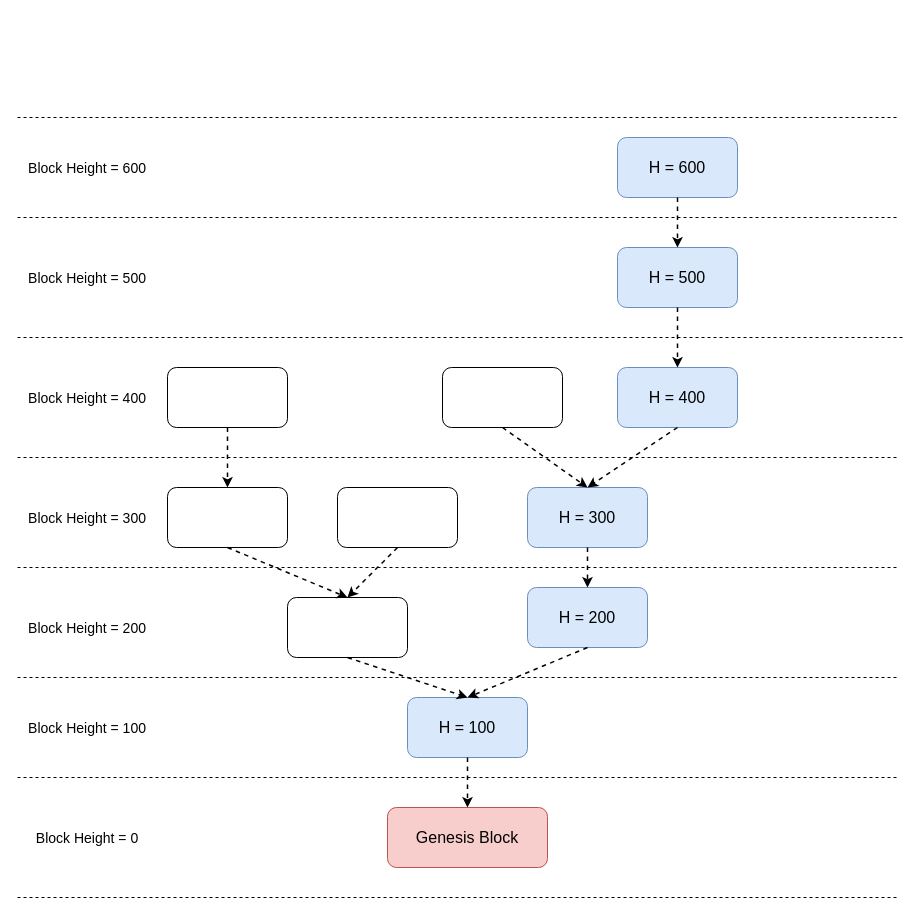
Earlier version of the draw.io diagram ethereum-research/consensus/Casper/new Checkpoint tree.drawio (0xyicheng/a-research-diagram). Source tidied: cells renumbered, new cells numbered last; positions are measured from the earlier drawing's top-left corner, leaving out a move shared by most shapes. Both pictures are drawn from the tidied source at 100%, with x=0, y=0 at pixel (17, 117).
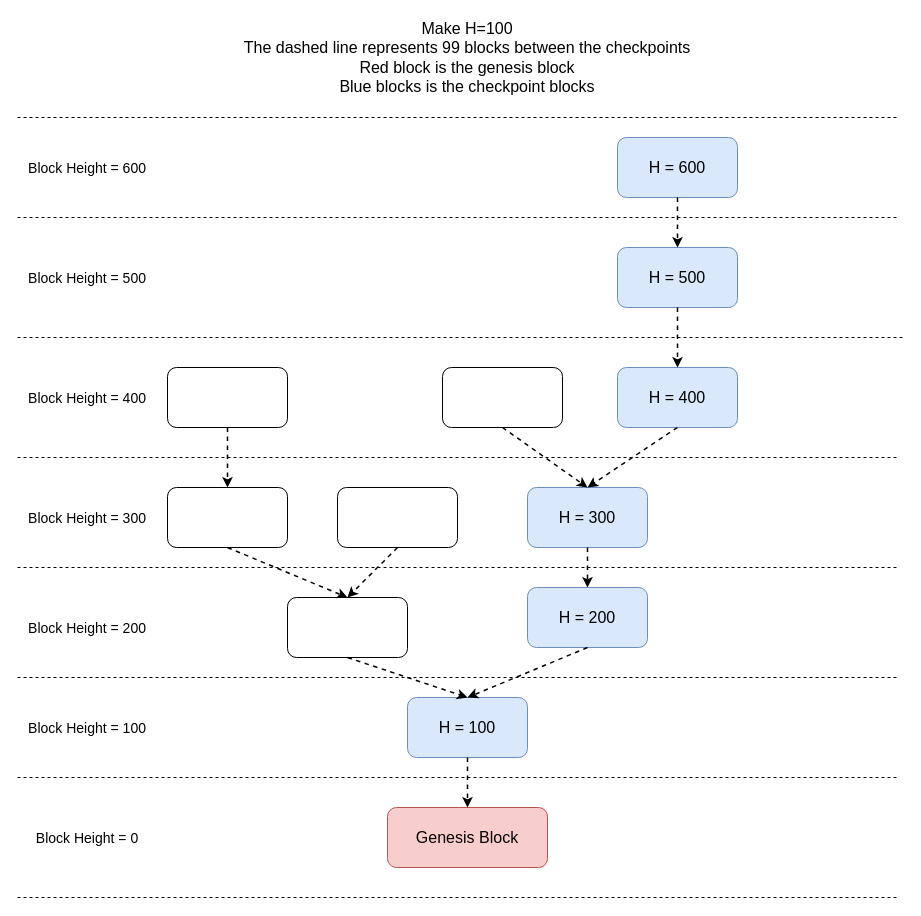
After the change.

Change to the diagram source:
```diff
@@
+    <mxCell id="40" value="&lt;span style=&quot;user-select: auto;&quot;&gt;&lt;span style=&quot;font-size: 16px; user-select: auto;&quot;&gt;Make H=100&lt;/span&gt;&lt;br style=&quot;user-select: auto;&quot;&gt;&lt;span style=&quot;font-size: 16px; user-select: auto;&quot;&gt;The dashed line represents 99 blocks between the checkpoints&lt;/span&gt;&lt;br style=&quot;user-select: auto;&quot;&gt;&lt;div style=&quot;user-select: auto;&quot;&gt;&lt;span style=&quot;font-size: 16px; user-select: auto;&quot;&gt;Red block is the genesis block&lt;/span&gt;&lt;/div&gt;&lt;div style=&quot;user-select: auto;&quot;&gt;&lt;span style=&quot;font-size: 16px; user-select: auto;&quot;&gt;Blue blocks is the checkpoint blocks&lt;/span&gt;&lt;/div&gt;&lt;/span&gt;" style="text;html=1;strokeColor=none;fillColor=none;align=center;verticalAlign=middle;whiteSpace=wrap;rounded=0;fontSize=14;" parent="1" vertex="1">
+      <mxGeometry x="195" y="-100" width="510" height="80" as="geometry" />
+    </mxCell>
```
